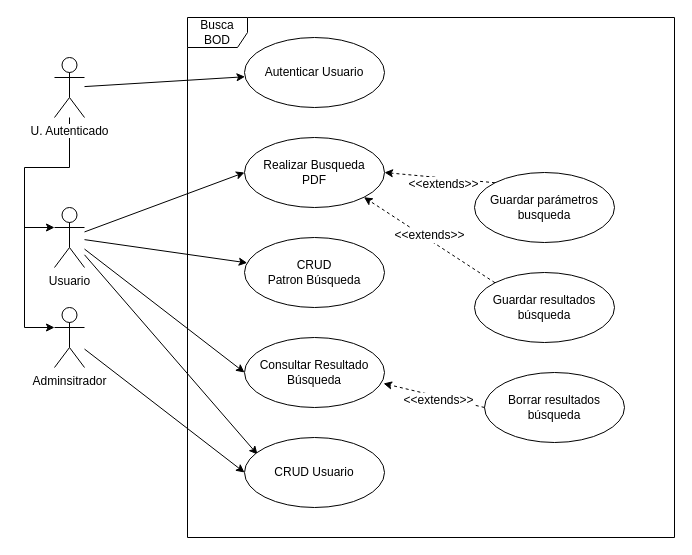
Before: imagenes busca bod/Diagrama de Casos de Uso.drawio in DptoSIC/BuscaBOD, a draw.io diagram. Source tidied: cells renumbered, new cells numbered last; positions are measured from the earlier drawing's top-left corner, leaving out a move shared by most shapes. Both pictures are drawn from the tidied source at 100%, with x=0, y=0 at pixel (24, 17).
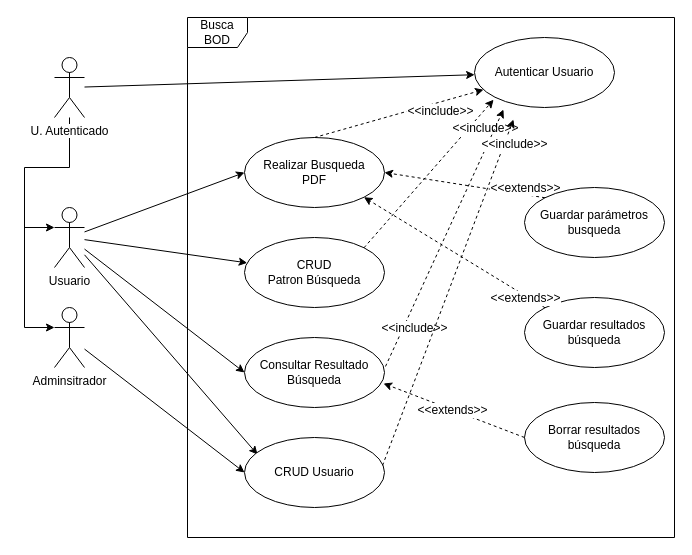
Above is the later version.

The change refers to these unchanged cells:
```xml
<mxCell id="14" value="&lt;div&gt;Realizar Busqueda&lt;/div&gt;&lt;div&gt; PDF&lt;/div&gt;" style="ellipse;whiteSpace=wrap;html=1;" parent="1" vertex="1">
  <mxGeometry x="220" y="120" width="140" height="70" as="geometry" />
</mxCell>
<mxCell id="15" value="&lt;div&gt;CRUD &lt;br&gt;&lt;/div&gt;&lt;div&gt;Patron Búsqueda&lt;br&gt;&lt;/div&gt;" style="ellipse;whiteSpace=wrap;html=1;" parent="1" vertex="1">
  <mxGeometry x="220" y="220" width="140" height="70" as="geometry" />
</mxCell>
<mxCell id="16" value="Consultar Resultado Búsqueda" style="ellipse;whiteSpace=wrap;html=1;" parent="1" vertex="1">
  <mxGeometry x="220" y="320" width="140" height="70" as="geometry" />
</mxCell>
<mxCell id="17" value="CRUD Usuario" style="ellipse;whiteSpace=wrap;html=1;" parent="1" vertex="1">
  <mxGeometry x="220" y="420" width="140" height="70" as="geometry" />
</mxCell>
<mxCell id="18" style="edgeStyle=none;rounded=0;jettySize=auto;html=1;exitX=0;exitY=0;exitDx=0;exitDy=0;entryX=1;entryY=0.5;entryDx=0;entryDy=0;dashed=1;" parent="1" edge="1" source="20" target="14">
  <mxGeometry relative="1" as="geometry" />
</mxCell>
<mxCell id="22" style="edgeStyle=none;rounded=0;jettySize=auto;html=1;exitX=0;exitY=0;exitDx=0;exitDy=0;entryX=1;entryY=1;entryDx=0;entryDy=0;dashed=1;" parent="1" edge="1" source="21" target="14">
  <mxGeometry relative="1" as="geometry" />
</mxCell>
```

Diff of the diagram source:
```diff
@@
+    <mxCell id="27" value="Busca BOD" style="shape=umlFrame;whiteSpace=wrap;html=1;" parent="1" vertex="1">
+      <mxGeometry x="163" width="487" height="520" as="geometry" />
+    </mxCell>
@@
     <mxCell id="13" value="Autenticar Usuario" style="ellipse;whiteSpace=wrap;html=1;" parent="1" vertex="1">
-      <mxGeometry x="220" y="20" width="140" height="70" as="geometry" />
+      <mxGeometry x="450" y="20" width="140" height="70" as="geometry" />
     </mxCell>
@@
     <mxCell id="19" value="&amp;lt;&amp;lt;extends&amp;gt;&amp;gt;" style="text;html=1;align=center;verticalAlign=middle;labelBackgroundColor=#ffffff;" parent="18" vertex="1">
       <mxGeometry x="0.28" y="2" relative="1" as="geometry">
-        <mxPoint x="18.5" y="5.5" as="offset" />
+        <mxPoint x="83" y="4" as="offset" />
       </mxGeometry>
     </mxCell>
     <mxCell id="20" value="Guardar parámetros busqueda" style="ellipse;whiteSpace=wrap;html=1;" parent="1" vertex="1">
-      <mxGeometry x="450" y="155" width="140" height="70" as="geometry" />
+      <mxGeometry x="500" y="170" width="140" height="70" as="geometry" />
     </mxCell>
     <mxCell id="21" value="Guardar resultados búsqueda" style="ellipse;whiteSpace=wrap;html=1;" parent="1" vertex="1">
-      <mxGeometry x="450" y="255" width="140" height="70" as="geometry" />
+      <mxGeometry x="500" y="280" width="140" height="70" as="geometry" />
     </mxCell>
@@
     <mxCell id="23" value="&amp;lt;&amp;lt;extends&amp;gt;&amp;gt;" style="text;html=1;align=center;verticalAlign=middle;labelBackgroundColor=#ffffff;" parent="22" vertex="1">
       <mxGeometry x="0.28" y="2" relative="1" as="geometry">
-        <mxPoint x="18.5" y="5.5" as="offset" />
+        <mxPoint x="97.5" y="59" as="offset" />
       </mxGeometry>
     </mxCell>
     <mxCell id="24" value="Borrar resultados búsqueda" style="ellipse;whiteSpace=wrap;html=1;" parent="1" vertex="1">
-      <mxGeometry x="460" y="355" width="140" height="70" as="geometry" />
+      <mxGeometry x="500" y="385" width="140" height="70" as="geometry" />
     </mxCell>
@@
-    <mxCell id="27" value="Busca BOD" style="shape=umlFrame;whiteSpace=wrap;html=1;" parent="1" vertex="1">
-      <mxGeometry x="163" width="487" height="520" as="geometry" />
-    </mxCell>
+    <mxCell id="28" style="edgeStyle=none;rounded=0;jettySize=auto;html=1;dashed=1;exitX=0.5;exitY=0;exitDx=0;exitDy=0;" parent="1" edge="1" source="14" target="13">
+      <mxGeometry relative="1" as="geometry" />
+    </mxCell>
+    <mxCell id="29" value="&amp;lt;&amp;lt;include&amp;gt;&amp;gt;" style="text;html=1;align=center;verticalAlign=middle;labelBackgroundColor=#ffffff;" parent="28" vertex="1">
+      <mxGeometry x="0.28" y="2" relative="1" as="geometry">
+        <mxPoint x="18.5" y="5.5" as="offset" />
+      </mxGeometry>
+    </mxCell>
+    <mxCell id="30" style="edgeStyle=none;rounded=0;jettySize=auto;html=1;dashed=1;exitX=1;exitY=0;exitDx=0;exitDy=0;" parent="1" edge="1" source="15">
+      <mxGeometry relative="1" as="geometry">
+        <mxPoint x="469.1" y="82.2" as="targetPoint" />
+      </mxGeometry>
+    </mxCell>
+    <mxCell id="31" value="&amp;lt;&amp;lt;include&amp;gt;&amp;gt;" style="text;html=1;align=center;verticalAlign=middle;labelBackgroundColor=#ffffff;" parent="30" vertex="1">
+      <mxGeometry x="0.28" y="2" relative="1" as="geometry">
+        <mxPoint x="39.5" y="-24" as="offset" />
+      </mxGeometry>
+    </mxCell>
+    <mxCell id="32" style="edgeStyle=none;rounded=0;jettySize=auto;html=1;dashed=1;exitX=1.007;exitY=0.414;exitDx=0;exitDy=0;exitPerimeter=0;" parent="1" edge="1" source="16">
+      <mxGeometry relative="1" as="geometry">
+        <mxPoint x="479" y="92" as="targetPoint" />
+      </mxGeometry>
+    </mxCell>
+    <mxCell id="33" value="&amp;lt;&amp;lt;include&amp;gt;&amp;gt;" style="text;html=1;align=center;verticalAlign=middle;labelBackgroundColor=#ffffff;" parent="32" vertex="1">
+      <mxGeometry x="0.28" y="2" relative="1" as="geometry">
+        <mxPoint x="-45" y="127" as="offset" />
+      </mxGeometry>
+    </mxCell>
+    <mxCell id="34" style="edgeStyle=none;rounded=0;jettySize=auto;html=1;dashed=1;exitX=0.986;exitY=0.4;exitDx=0;exitDy=0;exitPerimeter=0;" parent="1" edge="1" source="17">
+      <mxGeometry relative="1" as="geometry">
+        <mxPoint x="489" y="102" as="targetPoint" />
+      </mxGeometry>
+    </mxCell>
+    <mxCell id="35" value="&amp;lt;&amp;lt;include&amp;gt;&amp;gt;" style="text;html=1;align=center;verticalAlign=middle;labelBackgroundColor=#ffffff;" parent="34" vertex="1">
+      <mxGeometry x="0.28" y="2" relative="1" as="geometry">
+        <mxPoint x="49.5" y="-99.5" as="offset" />
+      </mxGeometry>
+    </mxCell>
```
